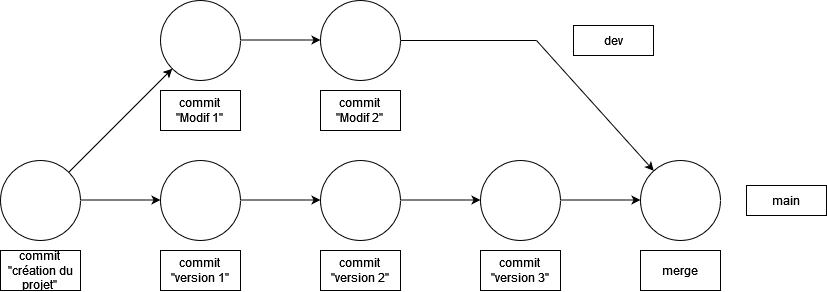
This is images/git-merge.png from julienchamelot/MonPremierProjet, a draw.io export, as it was before one commit. Source tidied: cells renumbered, new cells last; positions are measured from the earlier drawing's top-left corner, leaving out a move shared by most shapes. The source it was exported from:
```xml
<mxGraphModel>
  <root>
    <mxCell id="0" />
    <mxCell id="1" parent="0" />
    <mxCell id="2" style="ellipse;whiteSpace=wrap;html=1;" parent="1" vertex="1">
      <mxGeometry y="160" width="80" height="80" as="geometry" />
    </mxCell>
    <mxCell id="3" style="endArrow=classic;html=1;rounded=0;" parent="1" edge="1">
      <mxGeometry relative="1" as="geometry">
        <mxPoint x="80" y="199.5" as="sourcePoint" />
        <mxPoint x="160" y="199.5" as="targetPoint" />
      </mxGeometry>
    </mxCell>
    <mxCell id="4" value="&lt;div&gt;commit &lt;br&gt;&lt;/div&gt;&lt;div&gt;&quot;création du projet&quot;&lt;br&gt;&lt;/div&gt;" style="rounded=0;whiteSpace=wrap;html=1;" parent="1" vertex="1">
      <mxGeometry y="250" width="80" height="40" as="geometry" />
    </mxCell>
    <mxCell id="5" style="ellipse;whiteSpace=wrap;html=1;" parent="1" vertex="1">
      <mxGeometry x="160" y="160" width="80" height="80" as="geometry" />
    </mxCell>
    <mxCell id="6" value="&lt;div&gt;commit &lt;br&gt;&lt;/div&gt;&lt;div&gt;&quot;version 1&quot;&lt;br&gt;&lt;/div&gt;" style="rounded=0;whiteSpace=wrap;html=1;" parent="1" vertex="1">
      <mxGeometry x="160" y="250" width="80" height="40" as="geometry" />
    </mxCell>
    <mxCell id="7" style="endArrow=classic;html=1;rounded=0;" parent="1" edge="1">
      <mxGeometry relative="1" as="geometry">
        <mxPoint x="240" y="199.5" as="sourcePoint" />
        <mxPoint x="320" y="199.5" as="targetPoint" />
      </mxGeometry>
    </mxCell>
    <mxCell id="8" style="ellipse;whiteSpace=wrap;html=1;" parent="1" vertex="1">
      <mxGeometry x="320" y="160" width="80" height="80" as="geometry" />
    </mxCell>
    <mxCell id="9" value="&lt;div&gt;commit &lt;br&gt;&lt;/div&gt;&lt;div&gt;&quot;version 2&quot;&lt;br&gt;&lt;/div&gt;" style="rounded=0;whiteSpace=wrap;html=1;" parent="1" vertex="1">
      <mxGeometry x="320" y="250" width="80" height="40" as="geometry" />
    </mxCell>
    <mxCell id="10" style="endArrow=classic;html=1;rounded=0;" parent="1" edge="1">
      <mxGeometry relative="1" as="geometry">
        <mxPoint x="400" y="199.5" as="sourcePoint" />
        <mxPoint x="480" y="199.5" as="targetPoint" />
      </mxGeometry>
    </mxCell>
    <mxCell id="11" style="ellipse;whiteSpace=wrap;html=1;" parent="1" vertex="1">
      <mxGeometry x="480" y="160" width="80" height="80" as="geometry" />
    </mxCell>
    <mxCell id="12" value="&lt;div&gt;commit &lt;br&gt;&lt;/div&gt;&lt;div&gt;&quot;version 3&quot;&lt;br&gt;&lt;/div&gt;" style="rounded=0;whiteSpace=wrap;html=1;" parent="1" vertex="1">
      <mxGeometry x="480" y="250" width="80" height="40" as="geometry" />
    </mxCell>
    <mxCell id="13" style="ellipse;whiteSpace=wrap;html=1;" parent="1" vertex="1">
      <mxGeometry x="160" width="80" height="80" as="geometry" />
    </mxCell>
    <mxCell id="14" value="&lt;div&gt;commit &lt;br&gt;&lt;/div&gt;&lt;div&gt;&quot;Modif 1&quot;&lt;br&gt;&lt;/div&gt;" style="rounded=0;whiteSpace=wrap;html=1;" parent="1" vertex="1">
      <mxGeometry x="160" y="90" width="80" height="40" as="geometry" />
    </mxCell>
    <mxCell id="15" style="endArrow=classic;html=1;rounded=0;" parent="1" edge="1">
      <mxGeometry relative="1" as="geometry">
        <mxPoint x="240" y="39.5" as="sourcePoint" />
        <mxPoint x="320" y="39.5" as="targetPoint" />
      </mxGeometry>
    </mxCell>
    <mxCell id="16" style="ellipse;whiteSpace=wrap;html=1;" parent="1" vertex="1">
      <mxGeometry x="320" width="80" height="80" as="geometry" />
    </mxCell>
    <mxCell id="17" value="&lt;div&gt;commit &lt;br&gt;&lt;/div&gt;&lt;div&gt;&quot;Modif 2&quot;&lt;br&gt;&lt;/div&gt;" style="rounded=0;whiteSpace=wrap;html=1;" parent="1" vertex="1">
      <mxGeometry x="320" y="90" width="80" height="40" as="geometry" />
    </mxCell>
    <mxCell id="18" style="endArrow=classic;html=1;rounded=0;exitX=1;exitY=0;exitDx=0;exitDy=0;" parent="1" edge="1" target="13">
      <mxGeometry relative="1" as="geometry">
        <mxPoint x="68.3" y="171.7" as="sourcePoint" />
      </mxGeometry>
    </mxCell>
    <mxCell id="19" value="main" style="rounded=0;whiteSpace=wrap;html=1;" parent="1" vertex="1">
      <mxGeometry x="746" y="185" width="80" height="30" as="geometry" />
    </mxCell>
    <mxCell id="20" value="dev" style="rounded=0;whiteSpace=wrap;html=1;" parent="1" vertex="1">
      <mxGeometry x="573" y="25" width="80" height="30" as="geometry" />
    </mxCell>
    <mxCell id="21" style="endArrow=classic;html=1;rounded=0;" parent="1" edge="1">
      <mxGeometry relative="1" as="geometry">
        <mxPoint x="560" y="199.5" as="sourcePoint" />
        <mxPoint x="640" y="199.5" as="targetPoint" />
      </mxGeometry>
    </mxCell>
    <mxCell id="22" style="ellipse;whiteSpace=wrap;html=1;" parent="1" vertex="1">
      <mxGeometry x="640" y="160" width="80" height="80" as="geometry" />
    </mxCell>
    <mxCell id="23" value="&lt;div&gt;merge&lt;br&gt;&lt;/div&gt;" style="rounded=0;whiteSpace=wrap;html=1;" parent="1" vertex="1">
      <mxGeometry x="640" y="250" width="80" height="40" as="geometry" />
    </mxCell>
    <mxCell id="24" style="endArrow=none;html=1;rounded=0;exitX=1;exitY=0.5;exitDx=0;exitDy=0;" parent="1" edge="1" source="16">
      <mxGeometry relative="1" as="geometry">
        <mxPoint x="536" y="40" as="targetPoint" />
      </mxGeometry>
    </mxCell>
    <mxCell id="25" style="endArrow=classic;html=1;rounded=0;" parent="1" edge="1" target="22">
      <mxGeometry relative="1" as="geometry">
        <mxPoint x="536" y="40" as="sourcePoint" />
      </mxGeometry>
    </mxCell>
  </root>
</mxGraphModel>
```
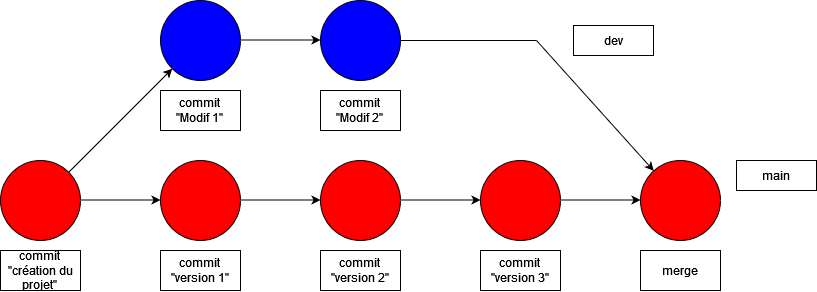
Later version of the same file.

What changed in the source:
```diff
@@ -2,7 +2,7 @@
   <root>
     <mxCell id="0" />
     <mxCell id="1" parent="0" />
-    <mxCell id="2" style="ellipse;whiteSpace=wrap;html=1;" parent="1" vertex="1">
+    <mxCell id="2" style="ellipse;whiteSpace=wrap;html=1;fillColor=#ff0000;" parent="1" vertex="1">
       <mxGeometry y="160" width="80" height="80" as="geometry" />
     </mxCell>
     <mxCell id="3" style="endArrow=classic;html=1;rounded=0;" parent="1" edge="1">
@@ -14,7 +14,7 @@
     <mxCell id="4" value="&lt;div&gt;commit &lt;br&gt;&lt;/div&gt;&lt;div&gt;&quot;création du projet&quot;&lt;br&gt;&lt;/div&gt;" style="rounded=0;whiteSpace=wrap;html=1;" parent="1" vertex="1">
       <mxGeometry y="250" width="80" height="40" as="geometry" />
     </mxCell>
-    <mxCell id="5" style="ellipse;whiteSpace=wrap;html=1;" parent="1" vertex="1">
+    <mxCell id="5" style="ellipse;whiteSpace=wrap;html=1;fillColor=#ff0000;" parent="1" vertex="1">
       <mxGeometry x="160" y="160" width="80" height="80" as="geometry" />
     </mxCell>
     <mxCell id="6" value="&lt;div&gt;commit &lt;br&gt;&lt;/div&gt;&lt;div&gt;&quot;version 1&quot;&lt;br&gt;&lt;/div&gt;" style="rounded=0;whiteSpace=wrap;html=1;" parent="1" vertex="1">
@@ -26,7 +26,7 @@
         <mxPoint x="320" y="199.5" as="targetPoint" />
       </mxGeometry>
     </mxCell>
-    <mxCell id="8" style="ellipse;whiteSpace=wrap;html=1;" parent="1" vertex="1">
+    <mxCell id="8" style="ellipse;whiteSpace=wrap;html=1;fillColor=#ff0000;" parent="1" vertex="1">
       <mxGeometry x="320" y="160" width="80" height="80" as="geometry" />
     </mxCell>
     <mxCell id="9" value="&lt;div&gt;commit &lt;br&gt;&lt;/div&gt;&lt;div&gt;&quot;version 2&quot;&lt;br&gt;&lt;/div&gt;" style="rounded=0;whiteSpace=wrap;html=1;" parent="1" vertex="1">
@@ -38,13 +38,13 @@
         <mxPoint x="480" y="199.5" as="targetPoint" />
       </mxGeometry>
     </mxCell>
-    <mxCell id="11" style="ellipse;whiteSpace=wrap;html=1;" parent="1" vertex="1">
+    <mxCell id="11" style="ellipse;whiteSpace=wrap;html=1;fillColor=#ff0000;" parent="1" vertex="1">
       <mxGeometry x="480" y="160" width="80" height="80" as="geometry" />
     </mxCell>
     <mxCell id="12" value="&lt;div&gt;commit &lt;br&gt;&lt;/div&gt;&lt;div&gt;&quot;version 3&quot;&lt;br&gt;&lt;/div&gt;" style="rounded=0;whiteSpace=wrap;html=1;" parent="1" vertex="1">
       <mxGeometry x="480" y="250" width="80" height="40" as="geometry" />
     </mxCell>
-    <mxCell id="13" style="ellipse;whiteSpace=wrap;html=1;" parent="1" vertex="1">
+    <mxCell id="13" style="ellipse;whiteSpace=wrap;html=1;fillColor=#0000ff;" parent="1" vertex="1">
       <mxGeometry x="160" width="80" height="80" as="geometry" />
     </mxCell>
     <mxCell id="14" value="&lt;div&gt;commit &lt;br&gt;&lt;/div&gt;&lt;div&gt;&quot;Modif 1&quot;&lt;br&gt;&lt;/div&gt;" style="rounded=0;whiteSpace=wrap;html=1;" parent="1" vertex="1">
@@ -56,7 +56,7 @@
         <mxPoint x="320" y="39.5" as="targetPoint" />
       </mxGeometry>
     </mxCell>
-    <mxCell id="16" style="ellipse;whiteSpace=wrap;html=1;" parent="1" vertex="1">
+    <mxCell id="16" style="ellipse;whiteSpace=wrap;html=1;fillColor=#0000ff;" parent="1" vertex="1">
       <mxGeometry x="320" width="80" height="80" as="geometry" />
     </mxCell>
     <mxCell id="17" value="&lt;div&gt;commit &lt;br&gt;&lt;/div&gt;&lt;div&gt;&quot;Modif 2&quot;&lt;br&gt;&lt;/div&gt;" style="rounded=0;whiteSpace=wrap;html=1;" parent="1" vertex="1">
@@ -68,7 +68,7 @@
       </mxGeometry>
     </mxCell>
     <mxCell id="19" value="main" style="rounded=0;whiteSpace=wrap;html=1;" parent="1" vertex="1">
-      <mxGeometry x="746" y="185" width="80" height="30" as="geometry" />
+      <mxGeometry x="736" y="160" width="80" height="30" as="geometry" />
     </mxCell>
     <mxCell id="20" value="dev" style="rounded=0;whiteSpace=wrap;html=1;" parent="1" vertex="1">
       <mxGeometry x="573" y="25" width="80" height="30" as="geometry" />
@@ -79,7 +79,7 @@
         <mxPoint x="640" y="199.5" as="targetPoint" />
       </mxGeometry>
     </mxCell>
-    <mxCell id="22" style="ellipse;whiteSpace=wrap;html=1;" parent="1" vertex="1">
+    <mxCell id="22" style="ellipse;whiteSpace=wrap;html=1;fillColor=#ff0000;" parent="1" vertex="1">
       <mxGeometry x="640" y="160" width="80" height="80" as="geometry" />
     </mxCell>
     <mxCell id="23" value="&lt;div&gt;merge&lt;br&gt;&lt;/div&gt;" style="rounded=0;whiteSpace=wrap;html=1;" parent="1" vertex="1">
```
